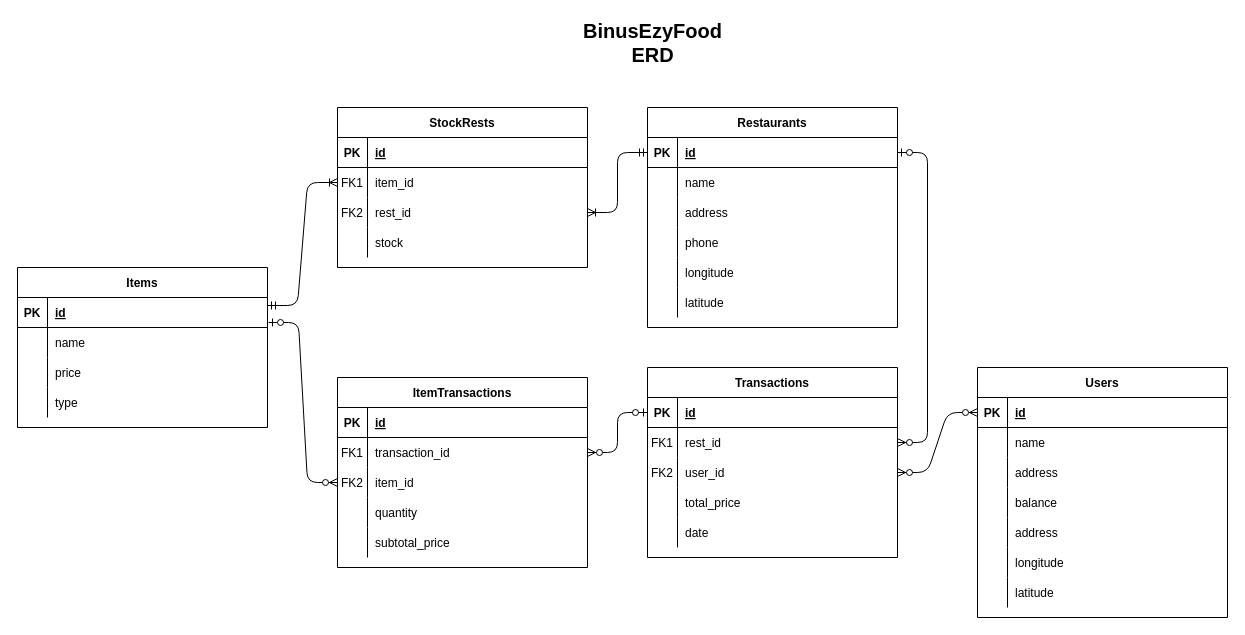
Before: erd/erd.drawio in nurelhhh/BinusEzyFood, a draw.io diagram. Source tidied: cells renumbered, new cells numbered last; positions are measured from the earlier drawing's top-left corner, leaving out a move shared by most shapes. Both pictures are drawn from the tidied source at 100%, with x=0, y=0 at pixel (17, 17).
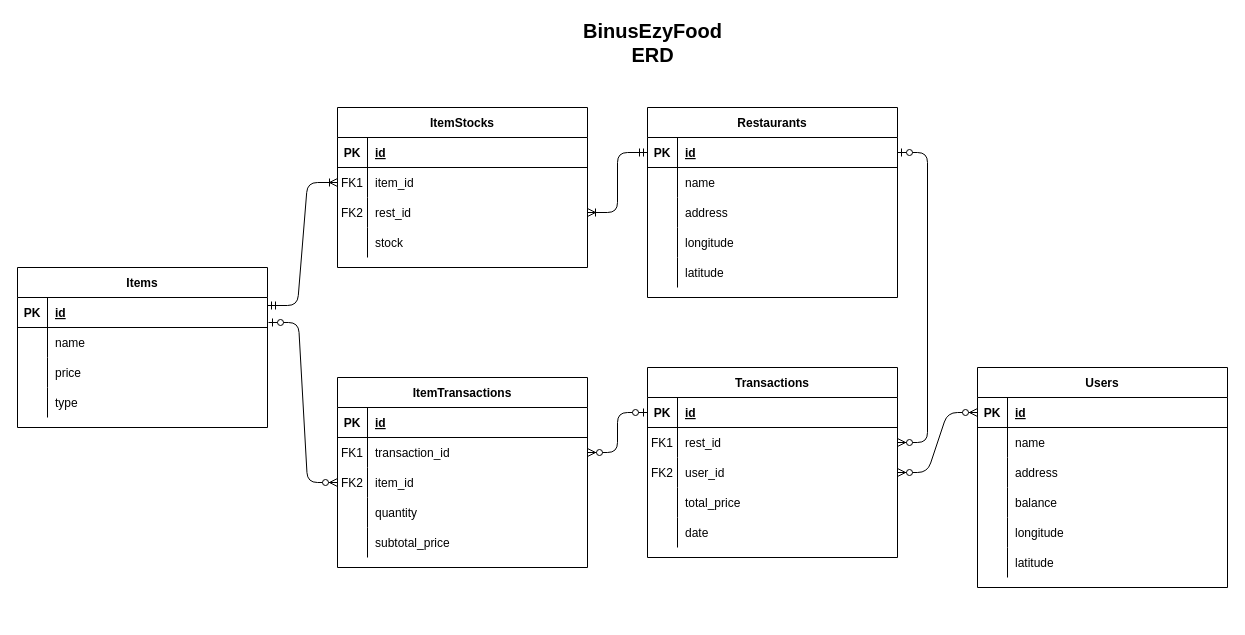
The same diagram, later.

Change to the diagram source:
```diff
@@
     <mxCell id="15" value="Restaurants" style="shape=table;startSize=30;childLayout=tableLayout;rowLines=0;fontStyle=1;align=center;" parent="1" vertex="1">
-      <mxGeometry x="630" y="90" width="250" height="220" as="geometry" />
+      <mxGeometry x="630" y="90" width="250" height="190" as="geometry" />
     </mxCell>
@@
-    <mxCell id="25" style="shape=partialRectangle;fillColor=none;top=0;left=0;bottom=0;right=0;" parent="15" vertex="1">
-      <mxGeometry y="120" width="250" height="30" as="geometry" />
-    </mxCell>
-    <mxCell id="26" style="shape=partialRectangle;fillColor=none;top=0;left=0;bottom=0;right=0;overflow=hidden;" parent="25" vertex="1">
-      <mxGeometry width="30" height="30" as="geometry" />
-    </mxCell>
-    <mxCell id="27" value="phone" style="shape=partialRectangle;fillColor=none;top=0;left=0;bottom=0;right=0;align=left;spacingLeft=6;overflow=hidden;" parent="25" vertex="1">
-      <mxGeometry x="30" width="220" height="30" as="geometry" />
-    </mxCell>
     <mxCell id="28" style="shape=partialRectangle;fillColor=none;top=0;left=0;bottom=0;right=0;" parent="15" vertex="1">
-      <mxGeometry y="150" width="250" height="30" as="geometry" />
+      <mxGeometry y="120" width="250" height="30" as="geometry" />
     </mxCell>
@@
     <mxCell id="31" style="shape=partialRectangle;fillColor=none;top=0;left=0;bottom=0;right=0;" parent="15" vertex="1">
-      <mxGeometry y="180" width="250" height="30" as="geometry" />
+      <mxGeometry y="150" width="250" height="30" as="geometry" />
     </mxCell>
@@
-    <mxCell id="34" value="StockRests" style="shape=table;startSize=30;childLayout=tableLayout;rowLines=0;fontStyle=1;align=center;" parent="1" vertex="1">
+    <mxCell id="34" value="ItemStocks" style="shape=table;startSize=30;childLayout=tableLayout;rowLines=0;fontStyle=1;align=center;" parent="1" vertex="1">
       <mxGeometry x="320" y="90" width="250" height="160" as="geometry" />
     </mxCell>
@@
     <mxCell id="80" value="Users" style="shape=table;startSize=30;childLayout=tableLayout;rowLines=0;fontStyle=1;align=center;" parent="1" vertex="1">
-      <mxGeometry x="960" y="350" width="250" height="250" as="geometry" />
+      <mxGeometry x="960" y="350" width="250" height="220" as="geometry" />
     </mxCell>
@@
-    <mxCell id="93" style="shape=partialRectangle;fillColor=none;top=0;left=0;bottom=0;right=0;" parent="80" vertex="1">
-      <mxGeometry y="150" width="250" height="30" as="geometry" />
-    </mxCell>
-    <mxCell id="94" style="shape=partialRectangle;fillColor=none;top=0;left=0;bottom=0;right=0;overflow=hidden;" parent="93" vertex="1">
-      <mxGeometry width="30" height="30" as="geometry" />
-    </mxCell>
-    <mxCell id="95" value="address" style="shape=partialRectangle;fillColor=none;top=0;left=0;bottom=0;right=0;align=left;spacingLeft=6;overflow=hidden;" parent="93" vertex="1">
-      <mxGeometry x="30" width="220" height="30" as="geometry" />
-    </mxCell>
     <mxCell id="96" style="shape=partialRectangle;fillColor=none;top=0;left=0;bottom=0;right=0;" parent="80" vertex="1">
-      <mxGeometry y="180" width="250" height="30" as="geometry" />
+      <mxGeometry y="150" width="250" height="30" as="geometry" />
     </mxCell>
@@
     <mxCell id="99" style="shape=partialRectangle;fillColor=none;top=0;left=0;bottom=0;right=0;" parent="80" vertex="1">
-      <mxGeometry y="210" width="250" height="30" as="geometry" />
+      <mxGeometry y="180" width="250" height="30" as="geometry" />
     </mxCell>
```
